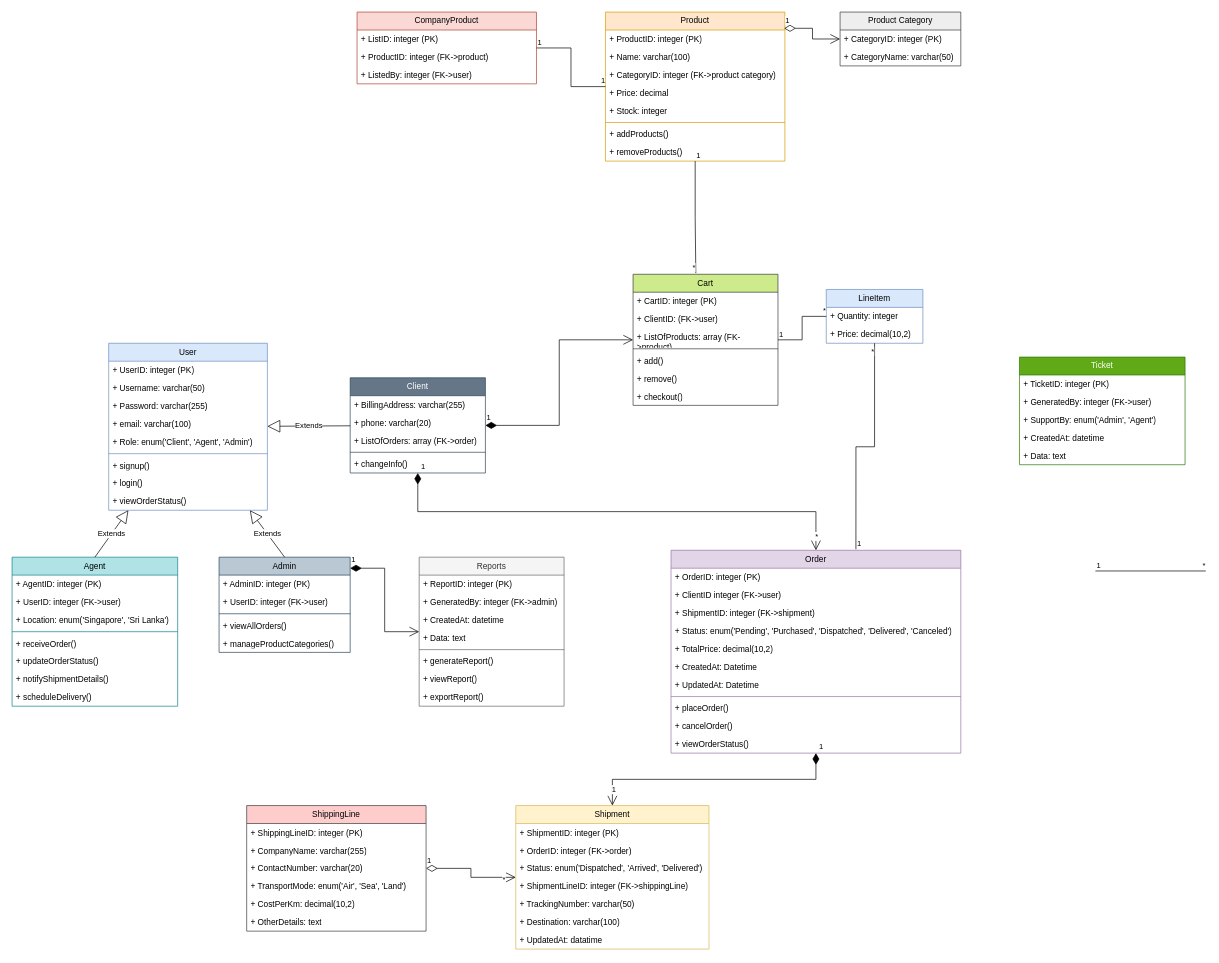
Before: diagrams/UML-class-diagram.drawio in K-M-Shehan/software-design-docs, a draw.io diagram. Source tidied: cells renumbered, new cells numbered last; positions are measured from the earlier drawing's top-left corner, leaving out a move shared by most shapes. Both pictures are drawn from the tidied source at 69%, with x=0, y=0 at pixel (12, 12).
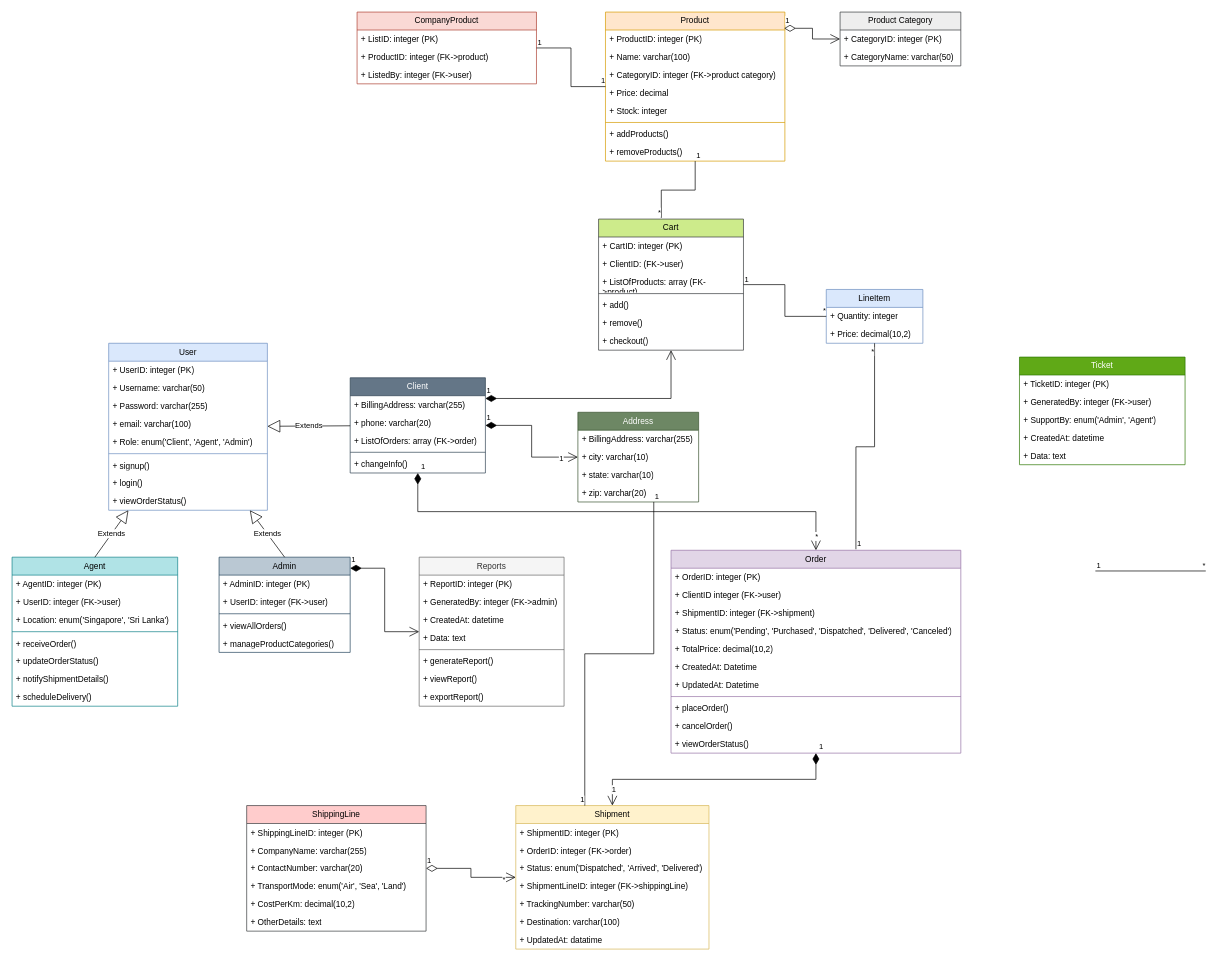
The same page after the edit.

Commit message:
created address relation and linked to client and shipment

Unchanged cells that the change refers to:
```xml
<mxCell id="36" value="Shipment" style="swimlane;fontStyle=0;horizontal=1;startSize=26;fillColor=#fff2cc;whiteSpace=wrap;html=1;strokeColor=#d6b656;" parent="1" vertex="1">
  <mxGeometry x="730" y="1150" width="280" height="208" as="geometry" />
</mxCell>
<mxCell id="117" value="Client" style="swimlane;fontStyle=0;horizontal=1;startSize=26;fillColor=#647687;whiteSpace=wrap;html=1;strokeColor=#314354;fontColor=#ffffff;" parent="1" vertex="1">
  <mxGeometry x="490" y="530" width="196" height="138" as="geometry" />
</mxCell>
```

The edit, as a diff of the source:
```diff
@@
     <mxCell id="72" value="Cart" style="swimlane;fontStyle=0;horizontal=1;startSize=26;fillColor=#cdeb8b;whiteSpace=wrap;html=1;strokeColor=#36393d;" parent="1" vertex="1">
-      <mxGeometry x="900" y="380" width="210" height="190" as="geometry" />
+      <mxGeometry x="850" y="300" width="210" height="190" as="geometry" />
     </mxCell>
@@
     <mxCell id="124" value="1" style="endArrow=open;html=1;endSize=12;startArrow=diamondThin;startSize=14;startFill=1;edgeStyle=orthogonalEdgeStyle;align=left;verticalAlign=bottom;rounded=0;" parent="1" edge="1" source="117" target="72">
-      <mxGeometry x="-1" y="3" relative="1" as="geometry" />
+      <mxGeometry x="-1" y="3" relative="1" as="geometry">
+        <Array as="points">
+          <mxPoint x="955" y="560" />
+        </Array>
+      </mxGeometry>
     </mxCell>
@@
+    <mxCell id="129" value="Address" style="swimlane;fontStyle=0;horizontal=1;startSize=26;fillColor=#6d8764;whiteSpace=wrap;html=1;fontColor=#ffffff;strokeColor=#3A5431;" parent="1" vertex="1">
+      <mxGeometry x="820" y="580" width="175" height="130" as="geometry" />
+    </mxCell>
+    <mxCell id="130" value="+ BillingAddress: varchar(255)" style="text;strokeColor=none;fillColor=none;align=left;verticalAlign=top;spacingLeft=4;spacingRight=4;overflow=hidden;whiteSpace=wrap;html=1;" parent="129" vertex="1">
+      <mxGeometry y="26" width="175" height="26" as="geometry" />
+    </mxCell>
+    <mxCell id="131" value="+ city: varchar(10)" style="text;strokeColor=none;fillColor=none;align=left;verticalAlign=top;spacingLeft=4;spacingRight=4;overflow=hidden;whiteSpace=wrap;html=1;" parent="129" vertex="1">
+      <mxGeometry y="52" width="175" height="26" as="geometry" />
+    </mxCell>
+    <mxCell id="132" value="+ state: varchar(10)" style="text;strokeColor=none;fillColor=none;align=left;verticalAlign=top;spacingLeft=4;spacingRight=4;overflow=hidden;whiteSpace=wrap;html=1;" parent="129" vertex="1">
+      <mxGeometry y="78" width="175" height="26" as="geometry" />
+    </mxCell>
+    <mxCell id="133" value="+ zip: varchar(20)" style="text;strokeColor=none;fillColor=none;align=left;verticalAlign=top;spacingLeft=4;spacingRight=4;overflow=hidden;whiteSpace=wrap;html=1;" parent="129" vertex="1">
+      <mxGeometry y="104" width="175" height="26" as="geometry" />
+    </mxCell>
+    <mxCell id="134" style="endArrow=none;html=1;edgeStyle=orthogonalEdgeStyle;rounded=0;" parent="1" edge="1" source="129" target="36">
+      <mxGeometry relative="1" as="geometry">
+        <Array as="points">
+          <mxPoint x="930" y="930" />
+          <mxPoint x="830" y="930" />
+        </Array>
+      </mxGeometry>
+    </mxCell>
+    <mxCell id="135" value="1" style="edgeLabel;html=1;align=left;verticalAlign=bottom;" parent="134" vertex="1">
+      <mxGeometry x="-1" relative="1" as="geometry" />
+    </mxCell>
+    <mxCell id="136" value="1" style="edgeLabel;html=1;align=right;verticalAlign=bottom;" parent="134" vertex="1">
+      <mxGeometry x="1" relative="1" as="geometry" />
+    </mxCell>
+    <mxCell id="137" value="1" style="endArrow=open;html=1;endSize=12;startArrow=diamondThin;startSize=14;startFill=1;edgeStyle=orthogonalEdgeStyle;align=left;verticalAlign=bottom;rounded=0;" parent="1" edge="1" source="117" target="129">
+      <mxGeometry x="-1" y="3" relative="1" as="geometry" />
+    </mxCell>
+    <mxCell id="138" value="1" style="edgeLabel;html=1;align=center;verticalAlign=middle;" parent="137" vertex="1">
+      <mxGeometry x="0.72" y="-1" relative="1" as="geometry" />
+    </mxCell>
```
